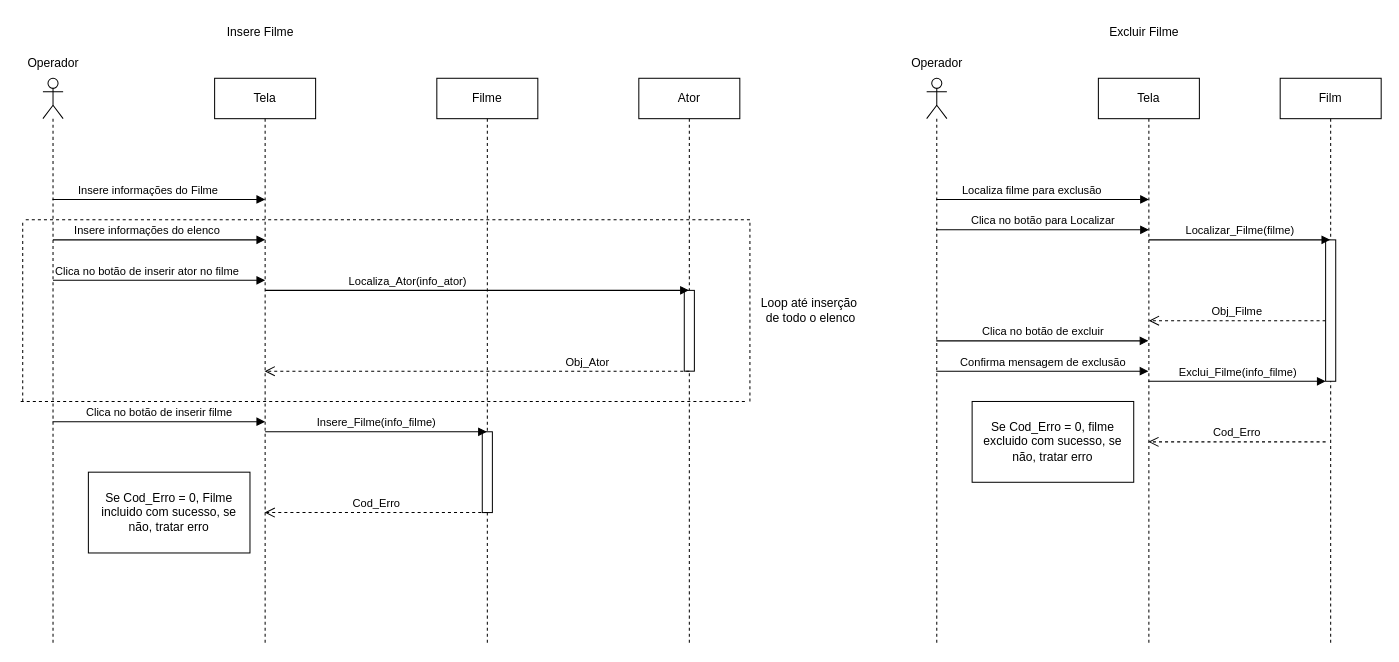
The draw.io diagram Filme.drawio in Felipe-Dudek/Aula_UML, before the edit. Source tidied: cells renumbered, new cells numbered last; positions are measured from the earlier drawing's top-left corner, leaving out a move shared by most shapes. Both pictures are drawn from the tidied source at 101%, with x=0, y=0 at pixel (17, 17).
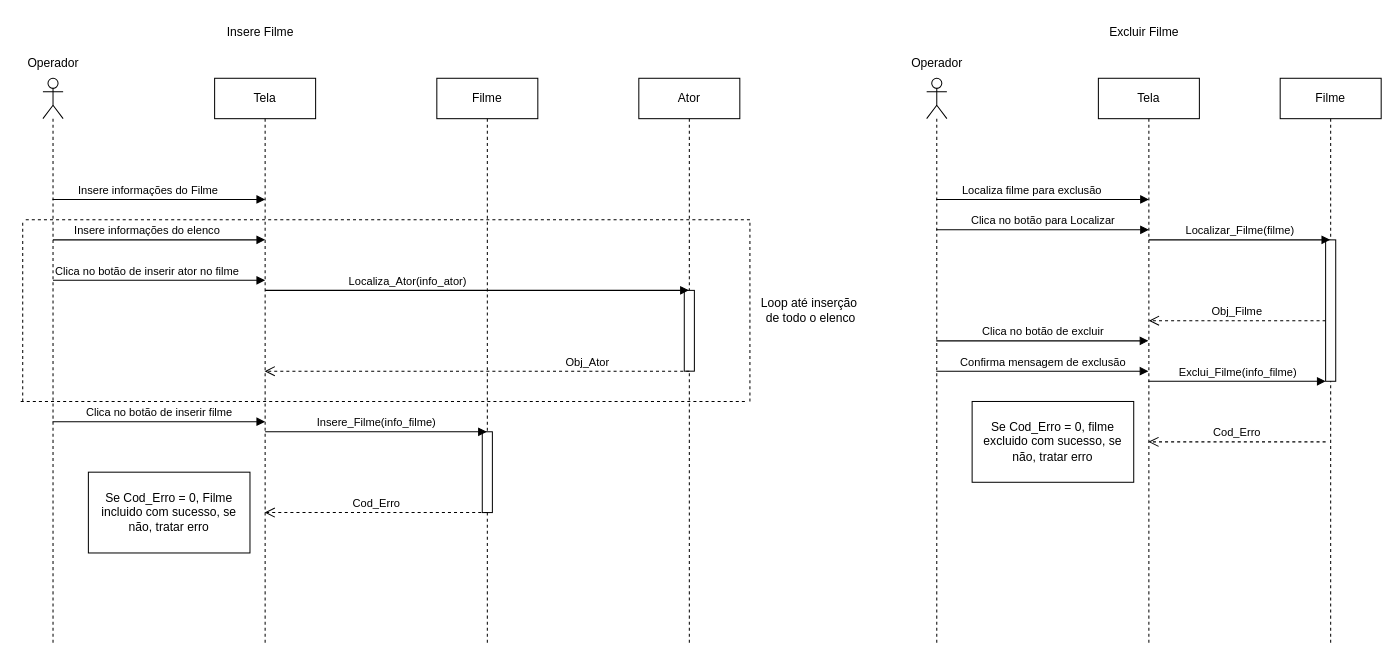
After the change.

The edit, as a diff of the source:
```diff
@@
-    <mxCell id="25" value="Film" style="shape=umlLifeline;perimeter=lifelinePerimeter;whiteSpace=wrap;html=1;outlineConnect=0;portConstraint=eastwest;newEdgeStyle={&quot;edgeStyle&quot;:&quot;elbowEdgeStyle&quot;,&quot;elbow&quot;:&quot;vertical&quot;,&quot;curved&quot;:0,&quot;rounded&quot;:0};" parent="1" vertex="1">
+    <mxCell id="25" value="Filme" style="shape=umlLifeline;perimeter=lifelinePerimeter;whiteSpace=wrap;html=1;outlineConnect=0;portConstraint=eastwest;newEdgeStyle={&quot;edgeStyle&quot;:&quot;elbowEdgeStyle&quot;,&quot;elbow&quot;:&quot;vertical&quot;,&quot;curved&quot;:0,&quot;rounded&quot;:0};" parent="1" vertex="1">
       <mxGeometry x="1250" y="60" width="100" height="560" as="geometry" />
     </mxCell>
```
